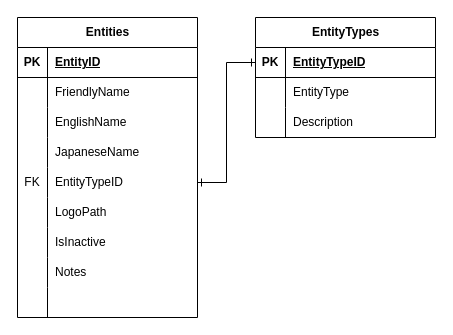
Earlier version of the draw.io diagram Manufacturer_Database.drawio (benstanfish/Diagrams). Source tidied: cells renumbered, new cells numbered last; positions are measured from the earlier drawing's top-left corner, leaving out a move shared by most shapes. Both pictures are drawn from the tidied source at 100%, with x=0, y=0 at pixel (17, 17).
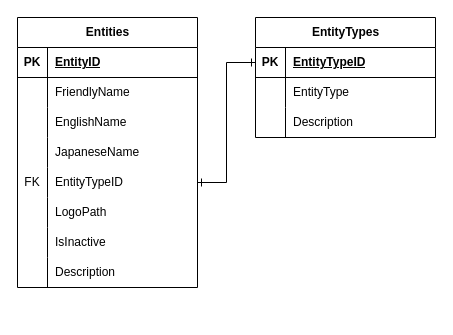
The same diagram, later.

The change refers to these unchanged cells:
```xml
<mxCell id="24" style="shape=tableRow;horizontal=0;startSize=0;swimlaneHead=0;swimlaneBody=0;fillColor=none;top=0;left=0;right=0;bottom=0;" parent="2" vertex="1">
  <mxGeometry y="240" width="180" height="30" as="geometry" />
</mxCell>
```

Change to the diagram source:
```diff
@@
     <mxCell id="2" value="Entities" style="shape=table;startSize=30;childLayout=tableLayout;rowLines=0;fontStyle=1;align=center;html=1;rounded=0;swimlaneLine=1;shadow=0;" parent="1" vertex="1">
-      <mxGeometry width="180" height="300" as="geometry" />
+      <mxGeometry width="180" height="270" as="geometry" />
     </mxCell>
@@
-    <mxCell id="26" value="Notes" style="shape=partialRectangle;fillColor=none;top=0;left=0;bottom=0;right=0;align=left;spacingLeft=6;overflow=hidden;whiteSpace=wrap;html=1;" parent="24" vertex="1">
+    <mxCell id="26" value="Description" style="shape=partialRectangle;fillColor=none;top=0;left=0;bottom=0;right=0;align=left;spacingLeft=6;overflow=hidden;whiteSpace=wrap;html=1;" parent="24" vertex="1">
       <mxGeometry x="30" width="150" height="30" as="geometry" />
     </mxCell>
-    <mxCell id="27" style="shape=tableRow;horizontal=0;startSize=0;swimlaneHead=0;swimlaneBody=0;fillColor=none;top=0;left=0;right=0;bottom=0;" parent="2" vertex="1">
-      <mxGeometry y="270" width="180" height="30" as="geometry" />
-    </mxCell>
-    <mxCell id="28" style="shape=partialRectangle;fillColor=none;top=0;left=0;bottom=0;right=0;overflow=hidden;whiteSpace=wrap;html=1;" parent="27" vertex="1">
-      <mxGeometry width="30" height="30" as="geometry" />
-    </mxCell>
-    <mxCell id="29" style="shape=partialRectangle;fillColor=none;top=0;left=0;bottom=0;right=0;align=left;spacingLeft=6;overflow=hidden;whiteSpace=wrap;html=1;" parent="27" vertex="1">
-      <mxGeometry x="30" width="150" height="30" as="geometry" />
-    </mxCell>
```
